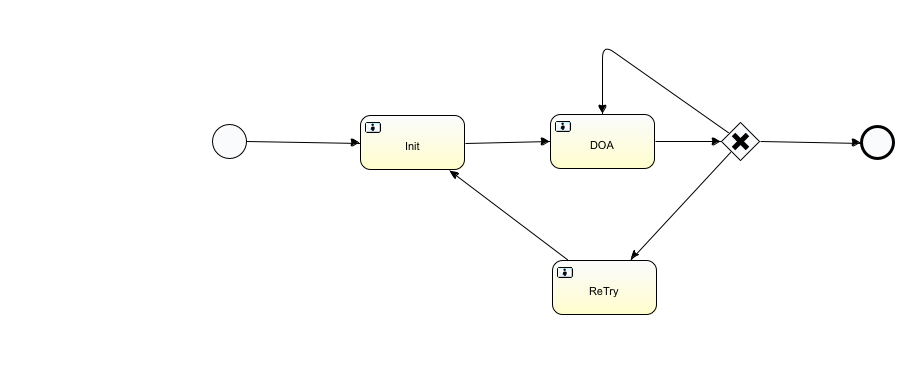
Above: cornucopia/src/main/resources/diagram/departure.png in shuqizhao/cornucopia (BPMN), before the change. Its source is kept beside it as cornucopia/src/main/resources/diagram/departure.bpmn. Ids are renumbered.
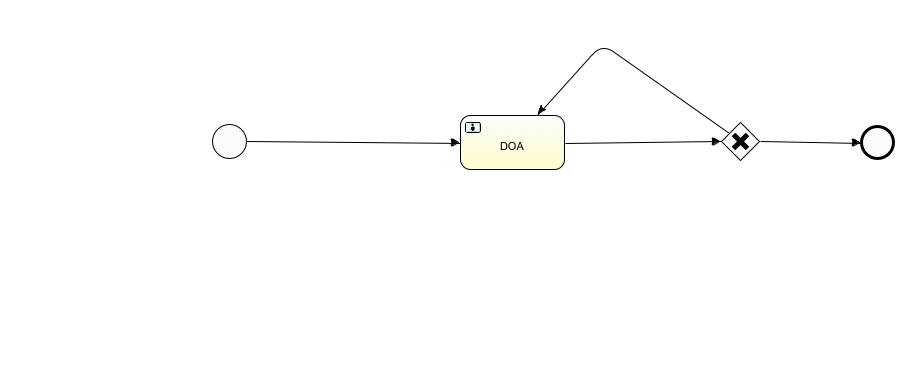
The same diagram one commit later.

The edit, as a diff of the source:
```diff
@@ -3,16 +3,11 @@
     <startEvent id="startevent1" name="Start"></startEvent>
     <endEvent id="endevent1" name="End"></endEvent>
     <userTask id="DOA" name="DOA" activiti:assignee="${dealUser}"></userTask>
-    <userTask id="Init" name="Init" activiti:assignee="${dealUser}"></userTask>
-    <sequenceFlow id="flow3" sourceRef="startevent1" targetRef="Init"></sequenceFlow>
-    <sequenceFlow id="flow4" sourceRef="Init" targetRef="DOA"></sequenceFlow>
     <exclusiveGateway id="exclusivegateway1" name="Exclusive Gateway"></exclusiveGateway>
     <sequenceFlow id="flow5" sourceRef="DOA" targetRef="exclusivegateway1"></sequenceFlow>
     <sequenceFlow id="flow6" sourceRef="exclusivegateway1" targetRef="DOA"></sequenceFlow>
     <sequenceFlow id="flow7" sourceRef="exclusivegateway1" targetRef="endevent1"></sequenceFlow>
-    <userTask id="ReTry" name="ReTry"></userTask>
-    <sequenceFlow id="flow8" sourceRef="exclusivegateway1" targetRef="ReTry"></sequenceFlow>
-    <sequenceFlow id="flow9" sourceRef="ReTry" targetRef="Init"></sequenceFlow>
+    <sequenceFlow id="flow10" sourceRef="startevent1" targetRef="DOA"></sequenceFlow>
   </process>
   <bpmndi:BPMNDiagram id="BPMNDiagram_departureProcess">
     <bpmndi:BPMNPlane bpmnElement="departureProcess" id="BPMNPlane_departureProcess">
@@ -23,45 +18,27 @@
         <omgdc:Bounds height="35.0" width="35.0" x="860.0" y="125.0"></omgdc:Bounds>
       </bpmndi:BPMNShape>
       <bpmndi:BPMNShape bpmnElement="DOA" id="BPMNShape_DOA">
-        <omgdc:Bounds height="55.0" width="105.0" x="550.0" y="114.0"></omgdc:Bounds>
-      </bpmndi:BPMNShape>
-      <bpmndi:BPMNShape bpmnElement="Init" id="BPMNShape_Init">
-        <omgdc:Bounds height="55.0" width="105.0" x="360.0" y="115.0"></omgdc:Bounds>
+        <omgdc:Bounds height="55.0" width="105.0" x="460.0" y="115.0"></omgdc:Bounds>
       </bpmndi:BPMNShape>
       <bpmndi:BPMNShape bpmnElement="exclusivegateway1" id="BPMNShape_exclusivegateway1">
         <omgdc:Bounds height="40.0" width="40.0" x="720.0" y="121.0"></omgdc:Bounds>
       </bpmndi:BPMNShape>
-      <bpmndi:BPMNShape bpmnElement="ReTry" id="BPMNShape_ReTry">
-        <omgdc:Bounds height="55.0" width="105.0" x="552.0" y="260.0"></omgdc:Bounds>
-      </bpmndi:BPMNShape>
-      <bpmndi:BPMNEdge bpmnElement="flow3" id="BPMNEdge_flow3">
-        <omgdi:waypoint x="247.0" y="141.0"></omgdi:waypoint>
-        <omgdi:waypoint x="360.0" y="142.0"></omgdi:waypoint>
-      </bpmndi:BPMNEdge>
-      <bpmndi:BPMNEdge bpmnElement="flow4" id="BPMNEdge_flow4">
-        <omgdi:waypoint x="465.0" y="142.0"></omgdi:waypoint>
-        <omgdi:waypoint x="550.0" y="141.0"></omgdi:waypoint>
-      </bpmndi:BPMNEdge>
       <bpmndi:BPMNEdge bpmnElement="flow5" id="BPMNEdge_flow5">
-        <omgdi:waypoint x="655.0" y="141.0"></omgdi:waypoint>
+        <omgdi:waypoint x="565.0" y="142.0"></omgdi:waypoint>
         <omgdi:waypoint x="720.0" y="141.0"></omgdi:waypoint>
       </bpmndi:BPMNEdge>
       <bpmndi:BPMNEdge bpmnElement="flow6" id="BPMNEdge_flow6">
         <omgdi:waypoint x="740.0" y="121.0"></omgdi:waypoint>
         <omgdi:waypoint x="602.0" y="43.0"></omgdi:waypoint>
-        <omgdi:waypoint x="602.0" y="114.0"></omgdi:waypoint>
+        <omgdi:waypoint x="512.0" y="115.0"></omgdi:waypoint>
       </bpmndi:BPMNEdge>
       <bpmndi:BPMNEdge bpmnElement="flow7" id="BPMNEdge_flow7">
         <omgdi:waypoint x="760.0" y="141.0"></omgdi:waypoint>
         <omgdi:waypoint x="860.0" y="142.0"></omgdi:waypoint>
       </bpmndi:BPMNEdge>
-      <bpmndi:BPMNEdge bpmnElement="flow8" id="BPMNEdge_flow8">
-        <omgdi:waypoint x="740.0" y="161.0"></omgdi:waypoint>
-        <omgdi:waypoint x="604.0" y="260.0"></omgdi:waypoint>
-      </bpmndi:BPMNEdge>
-      <bpmndi:BPMNEdge bpmnElement="flow9" id="BPMNEdge_flow9">
-        <omgdi:waypoint x="604.0" y="260.0"></omgdi:waypoint>
-        <omgdi:waypoint x="412.0" y="170.0"></omgdi:waypoint>
+      <bpmndi:BPMNEdge bpmnElement="flow10" id="BPMNEdge_flow10">
+        <omgdi:waypoint x="247.0" y="141.0"></omgdi:waypoint>
+        <omgdi:waypoint x="460.0" y="142.0"></omgdi:waypoint>
       </bpmndi:BPMNEdge>
     </bpmndi:BPMNPlane>
   </bpmndi:BPMNDiagram>
```
